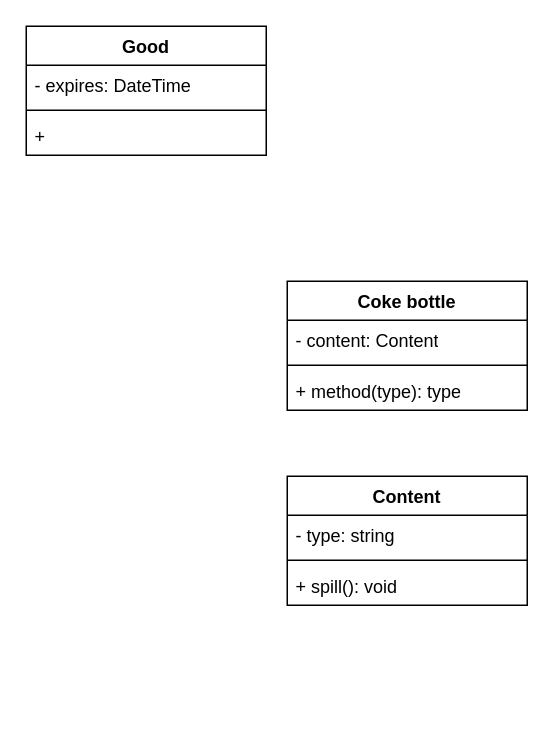
The draw.io diagram Diagram UML.drawio in kwaadrat/UML-Diagrams, before the edit. Source tidied: cells renumbered, new cells numbered last; positions are measured from the earlier drawing's top-left corner, leaving out a move shared by most shapes. Both pictures are drawn from the tidied source at 150%, with x=0, y=0 at pixel (26, 26).
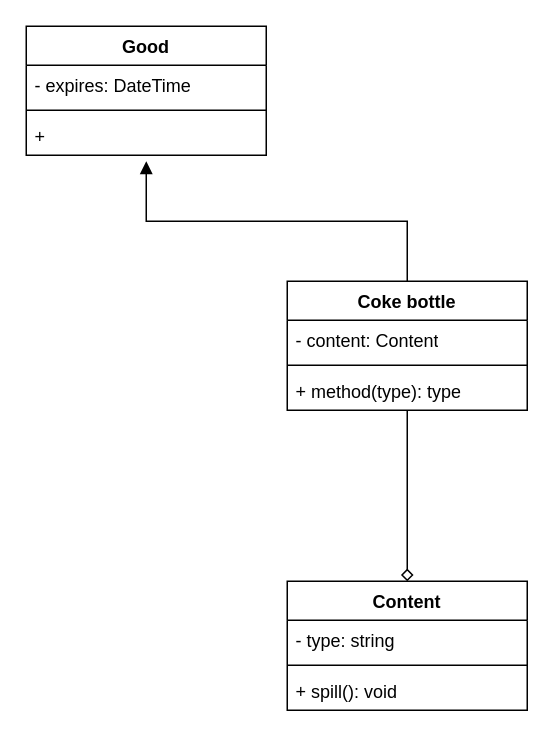
Above is the later version.

Commit message:
Coke Bottle

What changed in the source:
```diff
@@
 <mxGraphModel>
   <root>
     <mxCell id="0" />
     <mxCell id="1" parent="0" />
+    <mxCell id="14" style="edgeStyle=orthogonalEdgeStyle;rounded=0;jettySize=auto;html=1;entryX=0.5;entryY=0;entryDx=0;entryDy=0;endArrow=diamond;endFill=0;" parent="1" edge="1" source="2" target="10">
+      <mxGeometry relative="1" as="geometry" />
+    </mxCell>
     <mxCell id="2" value="Coke bottle" style="swimlane;fontStyle=1;align=center;verticalAlign=top;horizontal=1;startSize=26;whiteSpace=wrap;html=1;" parent="1" vertex="1">
       <mxGeometry x="174" y="170" width="160" height="86" as="geometry" />
     </mxCell>
     <mxCell id="3" value="- content: Content" style="text;strokeColor=none;fillColor=none;align=left;verticalAlign=top;spacingLeft=4;spacingRight=4;overflow=hidden;whiteSpace=wrap;html=1;" parent="2" vertex="1">
       <mxGeometry y="26" width="160" height="26" as="geometry" />
     </mxCell>
     <mxCell id="4" style="line;strokeWidth=1;fillColor=none;align=left;verticalAlign=middle;spacingTop=-1;spacingLeft=3;spacingRight=3;labelPosition=right;strokeColor=inherit;" parent="2" vertex="1">
       <mxGeometry y="52" width="160" height="8" as="geometry" />
     </mxCell>
     <mxCell id="5" value="+ method(type): type" style="text;strokeColor=none;fillColor=none;align=left;verticalAlign=top;spacingLeft=4;spacingRight=4;overflow=hidden;whiteSpace=wrap;html=1;" parent="2" vertex="1">
       <mxGeometry y="60" width="160" height="26" as="geometry" />
     </mxCell>
     <mxCell id="6" value="Good" style="swimlane;fontStyle=1;align=center;verticalAlign=top;horizontal=1;startSize=26;whiteSpace=wrap;html=1;" parent="1" vertex="1">
       <mxGeometry width="160" height="86" as="geometry" />
     </mxCell>
     <mxCell id="7" value="- expires: DateTime" style="text;strokeColor=none;fillColor=none;align=left;verticalAlign=top;spacingLeft=4;spacingRight=4;overflow=hidden;whiteSpace=wrap;html=1;" parent="6" vertex="1">
       <mxGeometry y="26" width="160" height="26" as="geometry" />
     </mxCell>
     <mxCell id="8" style="line;strokeWidth=1;fillColor=none;align=left;verticalAlign=middle;spacingTop=-1;spacingLeft=3;spacingRight=3;labelPosition=right;strokeColor=inherit;" parent="6" vertex="1">
       <mxGeometry y="52" width="160" height="8" as="geometry" />
     </mxCell>
     <mxCell id="9" value="+&amp;nbsp;" style="text;strokeColor=none;fillColor=none;align=left;verticalAlign=top;spacingLeft=4;spacingRight=4;overflow=hidden;points=[[0,0.5],[1,0.5]];portConstraint=eastwest;whiteSpace=wrap;html=1;" parent="6" vertex="1">
       <mxGeometry y="60" width="160" height="26" as="geometry" />
     </mxCell>
     <mxCell id="10" value="Content" style="swimlane;fontStyle=1;align=center;verticalAlign=top;horizontal=1;startSize=26;whiteSpace=wrap;html=1;" parent="1" vertex="1">
-      <mxGeometry x="174" y="300" width="160" height="86" as="geometry" />
+      <mxGeometry x="174" y="370" width="160" height="86" as="geometry" />
     </mxCell>
     <mxCell id="11" value="- type: string" style="text;strokeColor=none;fillColor=none;align=left;verticalAlign=top;spacingLeft=4;spacingRight=4;overflow=hidden;whiteSpace=wrap;html=1;" parent="10" vertex="1">
       <mxGeometry y="26" width="160" height="26" as="geometry" />
     </mxCell>
     <mxCell id="12" style="line;strokeWidth=1;fillColor=none;align=left;verticalAlign=middle;spacingTop=-1;spacingLeft=3;spacingRight=3;labelPosition=right;strokeColor=inherit;" parent="10" vertex="1">
       <mxGeometry y="52" width="160" height="8" as="geometry" />
     </mxCell>
     <mxCell id="13" value="+ spill(): void" style="text;strokeColor=none;fillColor=none;align=left;verticalAlign=top;spacingLeft=4;spacingRight=4;overflow=hidden;whiteSpace=wrap;html=1;" parent="10" vertex="1">
       <mxGeometry y="60" width="160" height="26" as="geometry" />
     </mxCell>
+    <mxCell id="15" style="html=1;verticalAlign=bottom;endArrow=block;curved=0;rounded=0;entryX=0.5;entryY=1.154;entryDx=0;entryDy=0;entryPerimeter=0;exitX=0.5;exitY=0;exitDx=0;exitDy=0;align=center;labelBorderColor=none;labelBackgroundColor=default;" parent="1" edge="1" source="2" target="9">
+      <mxGeometry relative="1" as="geometry">
+        <Array as="points">
+          <mxPoint x="254" y="130" />
+          <mxPoint x="80" y="130" />
+        </Array>
+      </mxGeometry>
+    </mxCell>
   </root>
 </mxGraphModel>
```
